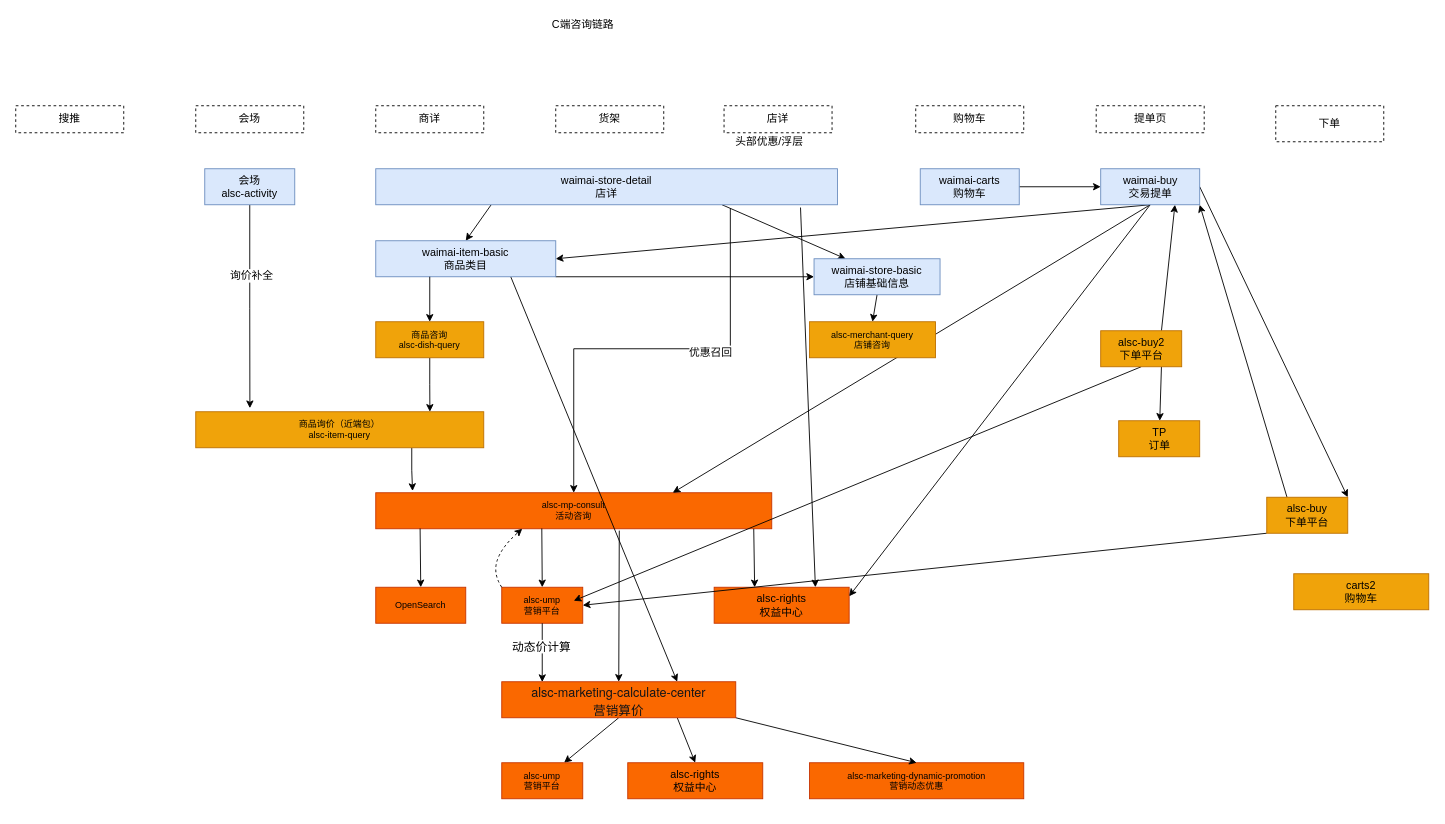
This is page "C端咨询链路" (2 of 2) of 营销业务梳理.drawio from jon-kong/draw.io, a draw.io file, before an edit. Source tidied: cells renumbered, new cells numbered last; positions are measured from the earlier drawing's top-left corner, leaving out a move shared by most shapes. Both pictures are drawn from the tidied source at 90%, with x=0, y=0 at pixel (15, 15).
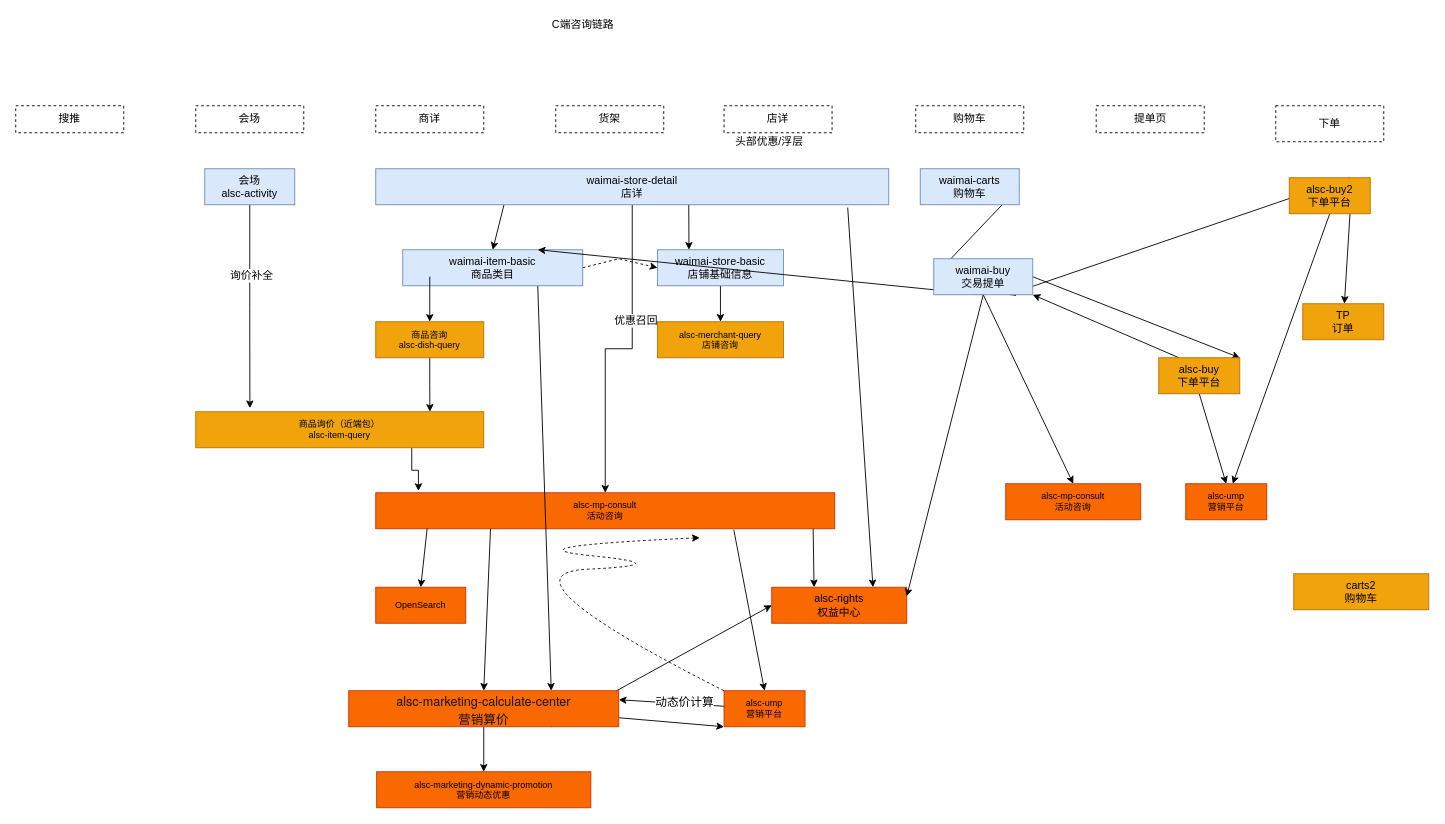
Above is the later version.

Commit message:
Update 营销业务梳理.drawio

The edit, as a diff of the source:
```diff
@@
     <mxCell id="2" value="alsc-marketing-dynamic-promotion&lt;br&gt;营销动态优惠" style="rounded=0;fontSize=10;labelBackgroundColor=none;html=1;whiteSpace=wrap;fillColor=#fa6800;strokeColor=#C73500;fontColor=#000000;" parent="1" vertex="1">
-      <mxGeometry x="882" y="830" width="238" height="40" as="geometry" />
+      <mxGeometry x="401" y="840" width="238" height="40" as="geometry" />
     </mxCell>
     <mxCell id="3" value="alsc-mp-consult&lt;br&gt;活动咨询" style="rounded=0;fontSize=10;labelBackgroundColor=none;html=1;whiteSpace=wrap;fillColor=#fa6800;fontColor=#000000;strokeColor=#C73500;" parent="1" vertex="1">
-      <mxGeometry x="400" y="530" width="440" height="40" as="geometry" />
+      <mxGeometry x="400" y="530" width="510" height="40" as="geometry" />
     </mxCell>
@@
-    <mxCell id="12" style="edgeStyle=orthogonalEdgeStyle;rounded=0;jettySize=auto;html=1;entryX=0.5;entryY=0;entryDx=0;entryDy=0;fontSize=12;exitX=0.768;exitY=1.1;exitDx=0;exitDy=0;exitPerimeter=0;" parent="1" edge="1" source="16" target="3">
+    <mxCell id="12" style="edgeStyle=orthogonalEdgeStyle;rounded=0;jettySize=auto;html=1;entryX=0.5;entryY=0;entryDx=0;entryDy=0;fontSize=12;exitX=0.5;exitY=1;exitDx=0;exitDy=0;" parent="1" edge="1" source="16" target="3">
       <mxGeometry relative="1" as="geometry" />
     </mxCell>
@@
-    <mxCell id="15" style="edgeStyle=none;rounded=0;jettySize=auto;html=1;exitX=0.75;exitY=1;exitDx=0;exitDy=0;entryX=0.25;entryY=0;entryDx=0;entryDy=0;fontSize=12;" parent="1" edge="1" source="16" target="25">
-      <mxGeometry relative="1" as="geometry" />
+    <mxCell id="15" style="edgeStyle=none;rounded=0;jettySize=auto;html=1;exitX=0.75;exitY=1;exitDx=0;exitDy=0;entryX=0.25;entryY=0;entryDx=0;entryDy=0;fontSize=12;" parent="1" edge="1" target="25">
+      <mxGeometry relative="1" as="geometry">
+        <mxPoint x="747.8" y="210" as="sourcePoint" />
+      </mxGeometry>
     </mxCell>
     <mxCell id="16" value="waimai-store-detail&lt;br&gt;店详" style="rounded=0;whiteSpace=wrap;html=1;fillColor=#dae8fc;strokeColor=#6c8ebf;" parent="1" vertex="1">
-      <mxGeometry x="400" y="170" width="513" height="40" as="geometry" />
+      <mxGeometry x="400" y="170" width="570" height="40" as="geometry" />
     </mxCell>
@@
     <mxCell id="25" value="waimai-store-basic&lt;br&gt;店铺基础信息" style="rounded=0;whiteSpace=wrap;html=1;fillColor=#dae8fc;strokeColor=#6c8ebf;" parent="1" vertex="1">
-      <mxGeometry x="887" y="270" width="140" height="40" as="geometry" />
+      <mxGeometry x="713" y="260" width="140" height="40" as="geometry" />
     </mxCell>
@@
-    <mxCell id="27" style="edgeStyle=none;rounded=0;jettySize=auto;html=1;exitX=1;exitY=1;exitDx=0;exitDy=0;entryX=0;entryY=0.5;entryDx=0;entryDy=0;fontSize=12;" parent="1" edge="1" source="28" target="25">
-      <mxGeometry relative="1" as="geometry" />
+    <mxCell id="27" style="edgeStyle=none;rounded=0;jettySize=auto;html=1;exitX=1;exitY=0.5;exitDx=0;exitDy=0;entryX=0;entryY=0.5;entryDx=0;entryDy=0;fontSize=12;dashed=1;" parent="1" edge="1" source="28" target="25">
+      <mxGeometry relative="1" as="geometry">
+        <Array as="points">
+          <mxPoint x="670" y="270" />
+        </Array>
+      </mxGeometry>
     </mxCell>
     <mxCell id="28" value="waimai-item-basic&lt;br&gt;商品类目" style="rounded=0;whiteSpace=wrap;html=1;fillColor=#dae8fc;strokeColor=#6c8ebf;" parent="1" vertex="1">
-      <mxGeometry x="400" y="250" width="200" height="40" as="geometry" />
+      <mxGeometry x="430" y="260" width="200" height="40" as="geometry" />
     </mxCell>
     <mxCell id="29" value="alsc-ump&lt;br&gt;营销平台" style="rounded=0;fontSize=10;labelBackgroundColor=none;html=1;whiteSpace=wrap;fillColor=#fa6800;fontColor=#000000;strokeColor=#C73500;" parent="1" vertex="1">
-      <mxGeometry x="540" y="635" width="90" height="40" as="geometry" />
+      <mxGeometry x="787" y="750" width="90" height="40" as="geometry" />
     </mxCell>
-    <mxCell id="30" style="edgeStyle=none;rounded=0;jettySize=auto;html=1;exitX=0.5;exitY=1;exitDx=0;exitDy=0;fontSize=12;" parent="1" edge="1" source="33" target="62">
+    <mxCell id="30" style="edgeStyle=none;rounded=0;jettySize=auto;html=1;exitX=1;exitY=0.75;exitDx=0;exitDy=0;fontSize=12;entryX=0;entryY=1;entryDx=0;entryDy=0;" parent="1" edge="1" source="33" target="29">
       <mxGeometry relative="1" as="geometry" />
     </mxCell>
-    <mxCell id="31" style="edgeStyle=none;rounded=0;jettySize=auto;html=1;exitX=0.75;exitY=1;exitDx=0;exitDy=0;entryX=0.5;entryY=0;entryDx=0;entryDy=0;fontSize=12;" parent="1" edge="1" source="33" target="63">
+    <mxCell id="31" style="edgeStyle=none;rounded=0;jettySize=auto;html=1;exitX=0.75;exitY=1;exitDx=0;exitDy=0;entryX=0;entryY=0.5;entryDx=0;entryDy=0;fontSize=12;" parent="1" edge="1" source="33" target="36">
       <mxGeometry relative="1" as="geometry" />
     </mxCell>
-    <mxCell id="32" style="edgeStyle=none;rounded=0;jettySize=auto;html=1;exitX=1;exitY=1;exitDx=0;exitDy=0;entryX=0.5;entryY=0;entryDx=0;entryDy=0;fontSize=12;" parent="1" edge="1" source="33" target="2">
+    <mxCell id="32" style="edgeStyle=none;rounded=0;jettySize=auto;html=1;exitX=0.5;exitY=1;exitDx=0;exitDy=0;entryX=0.5;entryY=0;entryDx=0;entryDy=0;fontSize=12;" parent="1" edge="1" source="33" target="2">
       <mxGeometry relative="1" as="geometry" />
     </mxCell>
     <mxCell id="33" value="&lt;p class=&quot;p1&quot; style=&quot;margin: 0px ; font-stretch: normal ; font-size: 14px ; line-height: normal ; font-family: &amp;#34;helvetica neue&amp;#34; ; color: rgb(18 , 20 , 22)&quot;&gt;alsc-marketing-calculate-center&lt;/p&gt;&lt;p class=&quot;p1&quot; style=&quot;margin: 0px ; font-stretch: normal ; font-size: 14px ; line-height: normal ; font-family: &amp;#34;helvetica neue&amp;#34; ; color: rgb(18 , 20 , 22)&quot;&gt;营销算价&lt;/p&gt;" style="rounded=0;fontSize=10;labelBackgroundColor=none;html=1;whiteSpace=wrap;fillColor=#fa6800;fontColor=#000000;strokeColor=#C73500;" parent="1" vertex="1">
-      <mxGeometry x="540" y="740" width="260" height="40" as="geometry" />
+      <mxGeometry x="370" y="750" width="300" height="40" as="geometry" />
     </mxCell>
@@
     <mxCell id="36" value="alsc-rights&lt;br style=&quot;font-size: 12px;&quot;&gt;权益中心" style="rounded=0;fontSize=12;labelBackgroundColor=none;html=1;whiteSpace=wrap;fillColor=#fa6800;fontColor=#000000;strokeColor=#C73500;" parent="1" vertex="1">
-      <mxGeometry x="776" y="635" width="150" height="40" as="geometry" />
+      <mxGeometry x="840" y="635" width="150" height="40" as="geometry" />
     </mxCell>
@@
-    <mxCell id="39" style="endArrow=classic;html=1;rounded=0;fontSize=12;exitX=0.112;exitY=0.993;exitDx=0;exitDy=0;exitPerimeter=0;entryX=0.5;entryY=0;entryDx=0;entryDy=0;" parent="1" edge="1" target="29">
-      <mxGeometry relative="1" as="geometry">
-        <mxPoint x="584.5" y="569.7" as="sourcePoint" />
-      </mxGeometry>
+    <mxCell id="39" style="endArrow=classic;html=1;rounded=0;fontSize=12;exitX=0.78;exitY=1.025;exitDx=0;exitDy=0;exitPerimeter=0;entryX=0.5;entryY=0;entryDx=0;entryDy=0;" parent="1" edge="1" source="3" target="29">
+      <mxGeometry relative="1" as="geometry" />
     </mxCell>
-    <mxCell id="40" style="endArrow=classic;html=1;rounded=0;fontSize=12;entryX=0.5;entryY=0;entryDx=0;entryDy=0;exitX=0.5;exitY=1;exitDx=0;exitDy=0;" parent="1" edge="1" source="29">
-      <mxGeometry relative="1" as="geometry">
-        <mxPoint x="585" y="740.3" as="targetPoint" />
-      </mxGeometry>
+    <mxCell id="40" style="endArrow=classic;html=1;rounded=0;fontSize=12;entryX=1;entryY=0.25;entryDx=0;entryDy=0;" parent="1" edge="1" source="29" target="33">
+      <mxGeometry relative="1" as="geometry" />
     </mxCell>
@@
-    <mxCell id="42" style="endArrow=classic;html=1;rounded=0;fontSize=12;entryX=0.5;entryY=0;entryDx=0;entryDy=0;exitX=0.615;exitY=1.052;exitDx=0;exitDy=0;exitPerimeter=0;" parent="1" edge="1" source="3" target="33">
+    <mxCell id="42" style="endArrow=classic;html=1;rounded=0;fontSize=12;entryX=0.5;entryY=0;entryDx=0;entryDy=0;exitX=0.25;exitY=1;exitDx=0;exitDy=0;" parent="1" edge="1" source="3" target="33">
       <mxGeometry relative="1" as="geometry" />
     </mxCell>
-    <mxCell id="43" style="endArrow=classic;html=1;rounded=0;fontSize=12;entryX=0.75;entryY=0;entryDx=0;entryDy=0;exitX=0.92;exitY=1.077;exitDx=0;exitDy=0;exitPerimeter=0;" parent="1" edge="1" source="16" target="36">
+    <mxCell id="43" style="endArrow=classic;html=1;rounded=0;fontSize=12;exitX=0.92;exitY=1.077;exitDx=0;exitDy=0;exitPerimeter=0;entryX=0.75;entryY=0;entryDx=0;entryDy=0;" parent="1" edge="1" source="16" target="36">
       <mxGeometry relative="1" as="geometry" />
     </mxCell>
@@
-    <mxCell id="47" style="edgeStyle=none;rounded=0;jettySize=auto;html=1;exitX=0.5;exitY=1;exitDx=0;exitDy=0;entryX=0.889;entryY=0.375;entryDx=0;entryDy=0;entryPerimeter=0;fontSize=12;" parent="1" edge="1" source="50" target="29">
+    <mxCell id="47" style="edgeStyle=none;rounded=0;jettySize=auto;html=1;exitX=0.5;exitY=1;exitDx=0;exitDy=0;fontSize=12;" parent="1" edge="1" source="50" target="62">
       <mxGeometry relative="1" as="geometry" />
     </mxCell>
@@
     <mxCell id="50" value="alsc-buy2&lt;br style=&quot;font-size: 12px&quot;&gt;下单平台" style="rounded=0;fontSize=12;labelBackgroundColor=none;html=1;whiteSpace=wrap;fillColor=#f0a30a;fontColor=#000000;strokeColor=#BD7000;" parent="1" vertex="1">
-      <mxGeometry x="1205.5" y="350" width="90" height="40" as="geometry" />
+      <mxGeometry x="1415" y="180" width="90" height="40" as="geometry" />
     </mxCell>
-    <mxCell id="51" style="edgeStyle=none;rounded=0;jettySize=auto;html=1;exitX=0.5;exitY=1;exitDx=0;exitDy=0;entryX=1;entryY=0.5;entryDx=0;entryDy=0;fontSize=12;" parent="1" edge="1" source="55" target="28">
+    <mxCell id="51" style="edgeStyle=none;rounded=0;jettySize=auto;html=1;exitX=0.5;exitY=1;exitDx=0;exitDy=0;entryX=0.75;entryY=0;entryDx=0;entryDy=0;fontSize=12;" parent="1" edge="1" source="55" target="28">
       <mxGeometry relative="1" as="geometry" />
     </mxCell>
@@
-    <mxCell id="53" style="edgeStyle=none;rounded=0;jettySize=auto;html=1;exitX=0.5;exitY=1;exitDx=0;exitDy=0;entryX=0.75;entryY=0;entryDx=0;entryDy=0;fontSize=12;" parent="1" edge="1" source="55" target="3">
+    <mxCell id="53" style="edgeStyle=none;rounded=0;jettySize=auto;html=1;exitX=0.5;exitY=1;exitDx=0;exitDy=0;entryX=0.5;entryY=0;entryDx=0;entryDy=0;fontSize=12;" parent="1" edge="1" source="55" target="66">
       <mxGeometry relative="1" as="geometry" />
     </mxCell>
@@
     <mxCell id="55" value="waimai-buy&lt;br&gt;交易提单" style="rounded=0;whiteSpace=wrap;html=1;fillColor=#dae8fc;strokeColor=#6c8ebf;" parent="1" vertex="1">
-      <mxGeometry x="1205.5" y="170" width="110" height="40" as="geometry" />
+      <mxGeometry x="1020" y="270" width="110" height="40" as="geometry" />
     </mxCell>
     <mxCell id="56" style="endArrow=classic;html=1;rounded=0;fontSize=12;exitX=0.112;exitY=0.993;exitDx=0;exitDy=0;exitPerimeter=0;" parent="1" edge="1">
       <mxGeometry relative="1" as="geometry">
-        <mxPoint x="820" y="570" as="sourcePoint" />
-        <mxPoint x="821" y="635" as="targetPoint" />
+        <mxPoint x="886" y="570" as="sourcePoint" />
+        <mxPoint x="887" y="635" as="targetPoint" />
       </mxGeometry>
     </mxCell>
-    <mxCell id="57" style="curved=1;endArrow=classic;html=1;rounded=0;dashed=1;fontSize=12;exitX=0;exitY=0;exitDx=0;exitDy=0;entryX=0.37;entryY=1;entryDx=0;entryDy=0;entryPerimeter=0;" parent="1" edge="1" source="29" target="3">
+    <mxCell id="57" style="curved=1;endArrow=classic;html=1;rounded=0;dashed=1;fontSize=12;exitX=0;exitY=0;exitDx=0;exitDy=0;" parent="1" edge="1" source="29">
       <mxGeometry relative="1" as="geometry">
+        <mxPoint x="760" y="580" as="targetPoint" />
         <Array as="points">
           <mxPoint x="530" y="620" />
+          <mxPoint x="740" y="610" />
           <mxPoint x="540" y="590" />
         </Array>
       </mxGeometry>
     </mxCell>
@@
-    <mxCell id="59" style="edgeStyle=none;rounded=0;jettySize=auto;html=1;exitX=0;exitY=1;exitDx=0;exitDy=0;entryX=1;entryY=0.5;entryDx=0;entryDy=0;fontSize=12;" parent="1" edge="1" source="61" target="29">
+    <mxCell id="59" style="edgeStyle=none;rounded=0;jettySize=auto;html=1;exitX=0.5;exitY=1;exitDx=0;exitDy=0;entryX=0.5;entryY=0;entryDx=0;entryDy=0;fontSize=12;" parent="1" edge="1" source="61" target="62">
       <mxGeometry relative="1" as="geometry" />
     </mxCell>
@@
     <mxCell id="61" value="alsc-buy&lt;br style=&quot;font-size: 12px&quot;&gt;下单平台" style="rounded=0;fontSize=12;labelBackgroundColor=none;html=1;whiteSpace=wrap;fillColor=#f0a30a;fontColor=#000000;strokeColor=#BD7000;" parent="1" vertex="1">
-      <mxGeometry x="1390" y="535" width="90" height="40" as="geometry" />
+      <mxGeometry x="1270" y="380" width="90" height="40" as="geometry" />
     </mxCell>
-    <mxCell id="62" value="alsc-ump&lt;br&gt;营销平台" style="rounded=0;fontSize=10;labelBackgroundColor=none;html=1;whiteSpace=wrap;fillColor=#fa6800;fontColor=#000000;strokeColor=#C73500;" parent="1" vertex="1">
-      <mxGeometry x="540" y="830" width="90" height="40" as="geometry" />
-    </mxCell>
-    <mxCell id="63" value="alsc-rights&lt;br style=&quot;font-size: 12px;&quot;&gt;权益中心" style="rounded=0;fontSize=12;labelBackgroundColor=none;html=1;whiteSpace=wrap;fillColor=#fa6800;fontColor=#000000;strokeColor=#C73500;" parent="1" vertex="1">
-      <mxGeometry x="680" y="830" width="150" height="40" as="geometry" />
-    </mxCell>
     <mxCell id="64" value="alsc-merchant-query&lt;br&gt;店铺咨询" style="rounded=0;fontSize=10;labelBackgroundColor=none;html=1;whiteSpace=wrap;fillColor=#f0a30a;strokeColor=#BD7000;fontColor=#000000;" parent="1" vertex="1">
-      <mxGeometry x="882" y="340" width="140" height="40" as="geometry" />
+      <mxGeometry x="713" y="340" width="140" height="40" as="geometry" />
     </mxCell>
     <mxCell id="65" value="TP&lt;br style=&quot;font-size: 12px&quot;&gt;订单" style="rounded=0;fontSize=12;labelBackgroundColor=none;html=1;whiteSpace=wrap;fillColor=#f0a30a;fontColor=#000000;strokeColor=#BD7000;" parent="1" vertex="1">
-      <mxGeometry x="1225.5" y="450" width="90" height="40" as="geometry" />
+      <mxGeometry x="1430" y="320" width="90" height="40" as="geometry" />
     </mxCell>
+    <mxCell id="66" value="alsc-mp-consult&lt;br&gt;活动咨询" style="rounded=0;fontSize=10;labelBackgroundColor=none;html=1;whiteSpace=wrap;fillColor=#fa6800;fontColor=#000000;strokeColor=#C73500;" parent="1" vertex="1">
+      <mxGeometry x="1100" y="520" width="150" height="40" as="geometry" />
+    </mxCell>
+    <mxCell id="62" value="alsc-ump&lt;br&gt;营销平台" style="rounded=0;fontSize=10;labelBackgroundColor=none;html=1;whiteSpace=wrap;fillColor=#fa6800;fontColor=#000000;strokeColor=#C73500;" parent="1" vertex="1">
+      <mxGeometry x="1300" y="520" width="90" height="40" as="geometry" />
+    </mxCell>
```
